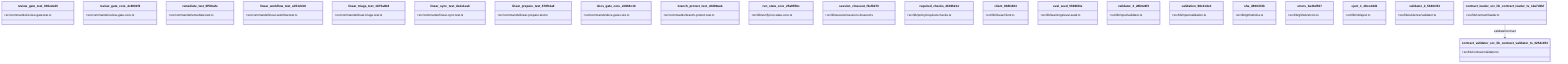
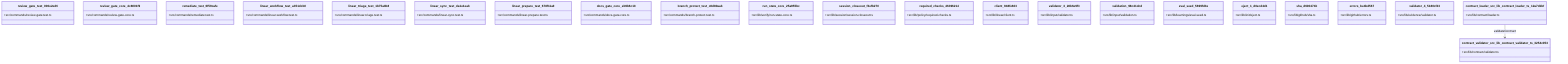
classDiagram
  class review_gate_test_000e2ed6 {
    +src/commands/review-gate.test.ts
  }
  class review_gate_core_4c8001f9 {
    +src/commands/review-gate-core.ts
  }
  class remediate_test_6f59cafe {
    +src/commands/remediate.test.ts
  }
  class linear_workflow_test_a351dcb0 {
    +src/commands/linear-workflow.test.ts
  }
  class linear_triage_test_1b75a8b8 {
    +src/commands/linear-triage.test.ts
  }
  class linear_sync_test_da1e1eab {
    +src/commands/linear-sync.test.ts
  }
  class linear_prepare_test_678f11a9 {
    +src/commands/linear-prepare.test.ts
  }
  class docs_gate_core_eb9b6c18 {
    +src/commands/docs-gate-core.ts
  }
  class branch_protect_test_c8d80aab {
    +src/commands/branch-protect.test.ts
  }
  class run_state_core_25a955bc {
    +src/lib/verify/run-state-core.ts
  }
  class session_closeout_f3efb270 {
    +src/lib/session/session-closeout.ts
  }
  class required_checks_46396214 {
    +src/lib/policy/required-checks.ts
  }
  class client_948fe603 {
    +src/lib/linear/client.ts
  }
-   class eval_seed_5699fd3e {
-     +src/lib/learnings/eval-seed.ts
-   }
  class validator_3_28b6e9f3 {
    +src/lib/input/validator.ts
  }
  class validation_98c41dcd {
    +src/lib/input/validation.ts
  }
+   class eval_seed_5699fd3e {
+     +src/lib/learnings/eval-seed.ts
+   }
+   class eject_1_d0ecd4d1 {
+     +src/lib/init/eject.ts
+   }
  class sha_d600474b {
    +src/lib/github/sha.ts
  }
  class errors_be4bd567 {
    +src/lib/github/errors.ts
-   }
-   class eject_1_d0ecd4d1 {
-     +src/lib/init/eject.ts
  }
  class validator_4_5180cf23 {
    +src/lib/evidence/validator.ts
  }
  class contract_loader_src_lib_contract_loader_ts_12a7d1bf {
    +src/lib/contract/loader.ts
  }
  class contract_validator_src_lib_contract_validator_ts_3254c053 {
    +src/lib/contract/validator.ts
  }
  contract_loader_src_lib_contract_loader_ts_12a7d1bf --> contract_validator_src_lib_contract_validator_ts_3254c053 : validateContract
